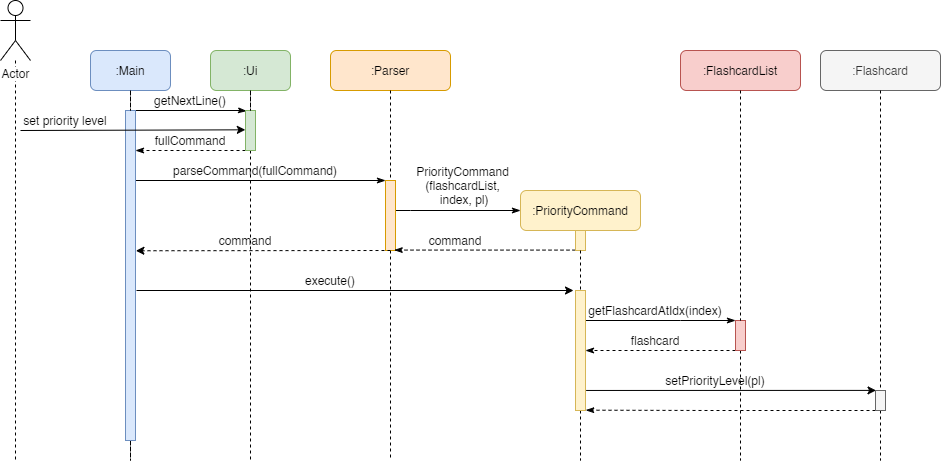
The draw.io diagram docs/images/setPriorityLevelSequenceDiagram.png in sliu107/tp, before a commit. Source tidied: cells renumbered, new cells last; positions are measured from the earlier drawing's top-left corner, leaving out a move shared by most shapes.
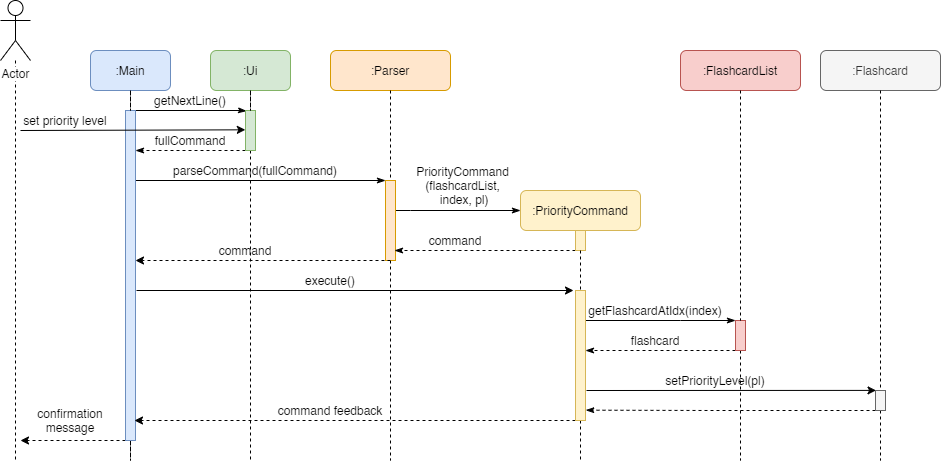
Later version of the same file.

Commit message:
Add confirmation message to setPriorityLevel seq diag

What changed in the source:
```diff
@@ -66,6 +66,15 @@
         </Array>
       </mxGeometry>
     </mxCell>
+    <mxCell id="52" style="edgeStyle=orthogonalEdgeStyle;rounded=0;jettySize=auto;html=1;dashed=1;" parent="1" edge="1" source="16">
+      <mxGeometry relative="1" as="geometry">
+        <mxPoint x="20" y="440" as="targetPoint" />
+        <Array as="points">
+          <mxPoint x="50" y="440" />
+          <mxPoint x="50" y="440" />
+        </Array>
+      </mxGeometry>
+    </mxCell>
     <mxCell id="16" style="html=1;points=[];perimeter=orthogonalPerimeter;fillColor=#dae8fc;strokeColor=#6c8ebf;" parent="1" vertex="1">
       <mxGeometry x="125" y="110" width="10" height="330" as="geometry" />
     </mxCell>
@@ -109,7 +118,7 @@
       </mxGeometry>
     </mxCell>
     <mxCell id="26" style="html=1;points=[];perimeter=orthogonalPerimeter;fillColor=#ffe6cc;strokeColor=#d79b00;" parent="1" vertex="1">
-      <mxGeometry x="385" y="180" width="10" height="70" as="geometry" />
+      <mxGeometry x="385" y="180" width="10" height="80" as="geometry" />
     </mxCell>
     <mxCell id="27" style="edgeStyle=orthogonalEdgeStyle;rounded=0;jettySize=auto;html=1;dashed=1;endArrow=none;endFill=0;" parent="1" edge="1" source="11" target="26">
       <mxGeometry relative="1" as="geometry" />
@@ -120,10 +129,11 @@
     <mxCell id="29" value="PriorityCommand&lt;br&gt;(flashcardList,&lt;br&gt;&amp;nbsp;index, pl)" style="text;html=1;strokeColor=none;fillColor=none;align=center;verticalAlign=middle;whiteSpace=wrap;rounded=0;" parent="1" vertex="1">
       <mxGeometry x="395" y="170" width="135" height="30" as="geometry" />
     </mxCell>
-    <mxCell id="30" style="edgeStyle=orthogonalEdgeStyle;rounded=0;jettySize=auto;html=1;endArrow=classicThin;endFill=1;entryX=0.873;entryY=0.994;entryDx=0;entryDy=0;entryPerimeter=0;dashed=1;" parent="1" edge="1" source="31" target="26">
+    <mxCell id="30" style="edgeStyle=orthogonalEdgeStyle;rounded=0;jettySize=auto;html=1;endArrow=classicThin;endFill=1;dashed=1;" parent="1" edge="1" source="31">
       <mxGeometry relative="1" as="geometry">
+        <mxPoint x="394" y="250" as="targetPoint" />
         <Array as="points">
-          <mxPoint x="560" y="250" />
+          <mxPoint x="394" y="250" />
         </Array>
       </mxGeometry>
     </mxCell>
@@ -147,8 +157,16 @@
         </Array>
       </mxGeometry>
     </mxCell>
+    <mxCell id="53" style="edgeStyle=orthogonalEdgeStyle;rounded=0;jettySize=auto;html=1;dashed=1;" parent="1" edge="1" source="35">
+      <mxGeometry relative="1" as="geometry">
+        <mxPoint x="134" y="420" as="targetPoint" />
+        <Array as="points">
+          <mxPoint x="134" y="420" />
+        </Array>
+      </mxGeometry>
+    </mxCell>
     <mxCell id="35" style="html=1;points=[];perimeter=orthogonalPerimeter;fillColor=#fff2cc;strokeColor=#d6b656;" parent="1" vertex="1">
-      <mxGeometry x="575" y="290" width="10" height="120" as="geometry" />
+      <mxGeometry x="575" y="290" width="10" height="130" as="geometry" />
     </mxCell>
     <mxCell id="36" style="edgeStyle=orthogonalEdgeStyle;rounded=0;jettySize=auto;html=1;dashed=1;endArrow=none;endFill=0;" parent="1" edge="1" source="31" target="35">
       <mxGeometry relative="1" as="geometry" />
@@ -156,11 +174,16 @@
     <mxCell id="37" value="execute()" style="text;html=1;strokeColor=none;fillColor=none;align=center;verticalAlign=middle;whiteSpace=wrap;rounded=0;" parent="1" vertex="1">
       <mxGeometry x="275" y="270" width="110" height="20" as="geometry" />
     </mxCell>
-    <mxCell id="38" style="endArrow=classic;html=1;exitX=0.5;exitY=1;exitDx=0;exitDy=0;exitPerimeter=0;entryX=1.04;entryY=0.425;entryDx=0;entryDy=0;entryPerimeter=0;dashed=1;" parent="1" edge="1" source="26" target="16">
-      <mxGeometry relative="1" as="geometry" />
+    <mxCell id="38" style="endArrow=classic;html=1;exitX=0.5;exitY=1;exitDx=0;exitDy=0;exitPerimeter=0;dashed=1;" parent="1" edge="1" source="26">
+      <mxGeometry relative="1" as="geometry">
+        <mxPoint x="135" y="260" as="targetPoint" />
+        <Array as="points">
+          <mxPoint x="135" y="260" />
+        </Array>
+      </mxGeometry>
     </mxCell>
     <mxCell id="39" value="command" style="text;html=1;strokeColor=none;fillColor=none;align=center;verticalAlign=middle;whiteSpace=wrap;rounded=0;" parent="1" vertex="1">
-      <mxGeometry x="200" y="230" width="90" height="20" as="geometry" />
+      <mxGeometry x="200" y="240" width="90" height="20" as="geometry" />
     </mxCell>
     <mxCell id="40" style="edgeStyle=orthogonalEdgeStyle;rounded=0;jettySize=auto;html=1;endArrow=classicThin;endFill=1;dashed=1;" parent="1" edge="1" source="41" target="35">
       <mxGeometry relative="1" as="geometry">
@@ -206,11 +229,19 @@
     <mxCell id="49" value="setPriorityLevel(pl)" style="text;html=1;strokeColor=none;fillColor=none;align=center;verticalAlign=middle;whiteSpace=wrap;rounded=0;" parent="1" vertex="1">
       <mxGeometry x="670" y="370" width="90" height="20" as="geometry" />
     </mxCell>
-    <mxCell id="50" style="endArrow=classic;html=1;exitX=1.064;exitY=0.833;exitDx=0;exitDy=0;exitPerimeter=0;entryX=0.052;entryY=-0.005;entryDx=0;entryDy=0;entryPerimeter=0;" parent="1" edge="1" source="35" target="47">
-      <mxGeometry relative="1" as="geometry" />
+    <mxCell id="50" style="endArrow=classic;html=1;entryX=0.052;entryY=-0.005;entryDx=0;entryDy=0;entryPerimeter=0;" parent="1" edge="1" target="47">
+      <mxGeometry relative="1" as="geometry">
+        <mxPoint x="586" y="390" as="sourcePoint" />
+      </mxGeometry>
     </mxCell>
     <mxCell id="51" value="flashcard" style="text;html=1;strokeColor=none;fillColor=none;align=center;verticalAlign=middle;whiteSpace=wrap;rounded=0;" parent="1" vertex="1">
       <mxGeometry x="610" y="330" width="90" height="20" as="geometry" />
     </mxCell>
+    <mxCell id="54" value="command feedback" style="text;html=1;strokeColor=none;fillColor=none;align=center;verticalAlign=middle;whiteSpace=wrap;rounded=0;" parent="1" vertex="1">
+      <mxGeometry x="275" y="400" width="110" height="20" as="geometry" />
+    </mxCell>
+    <mxCell id="55" value="confirmation message" style="text;html=1;strokeColor=none;fillColor=none;align=center;verticalAlign=middle;whiteSpace=wrap;rounded=0;" parent="1" vertex="1">
+      <mxGeometry x="15" y="410" width="110" height="20" as="geometry" />
+    </mxCell>
   </root>
 </mxGraphModel>
```
